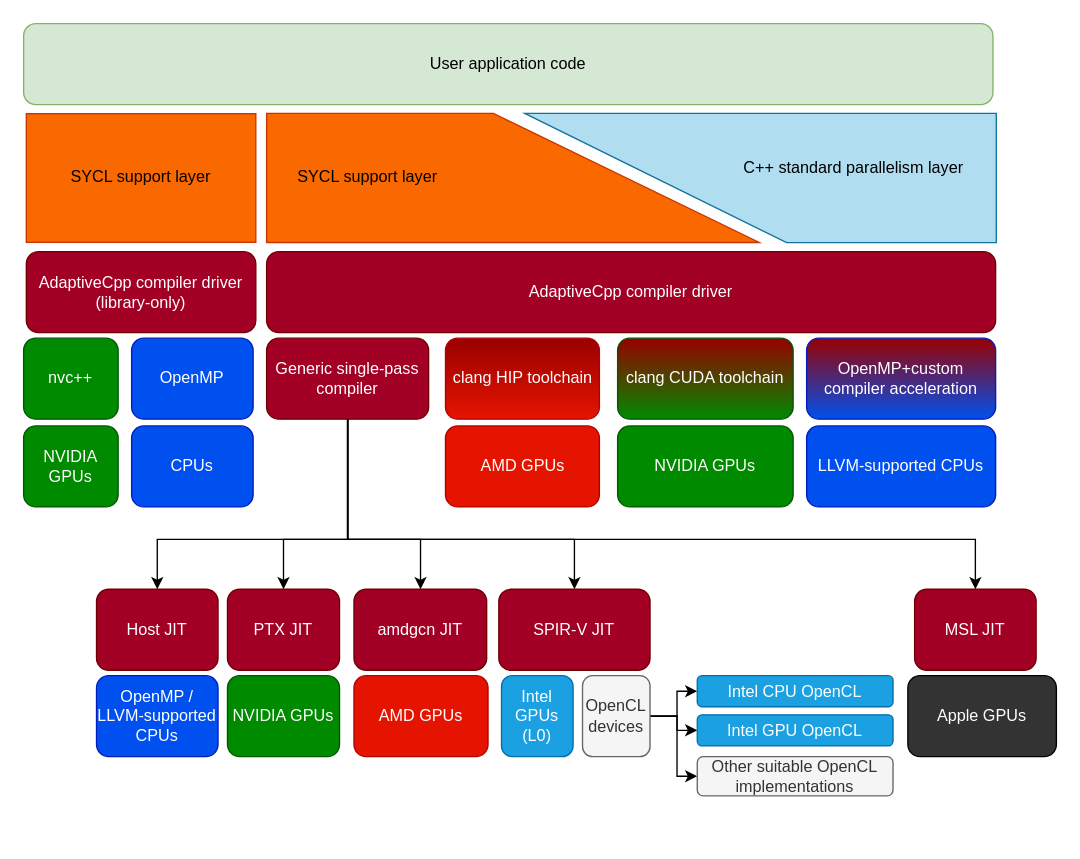
Above: doc/img/stack.drawio in AdaptiveCpp/AdaptiveCpp (draw.io), before the change. Source tidied: cells renumbered, new cells numbered last; positions are measured from the earlier drawing's top-left corner, leaving out a move shared by most shapes. Both pictures are drawn from the tidied source at 135%, with x=0, y=0 at pixel (23, -69).
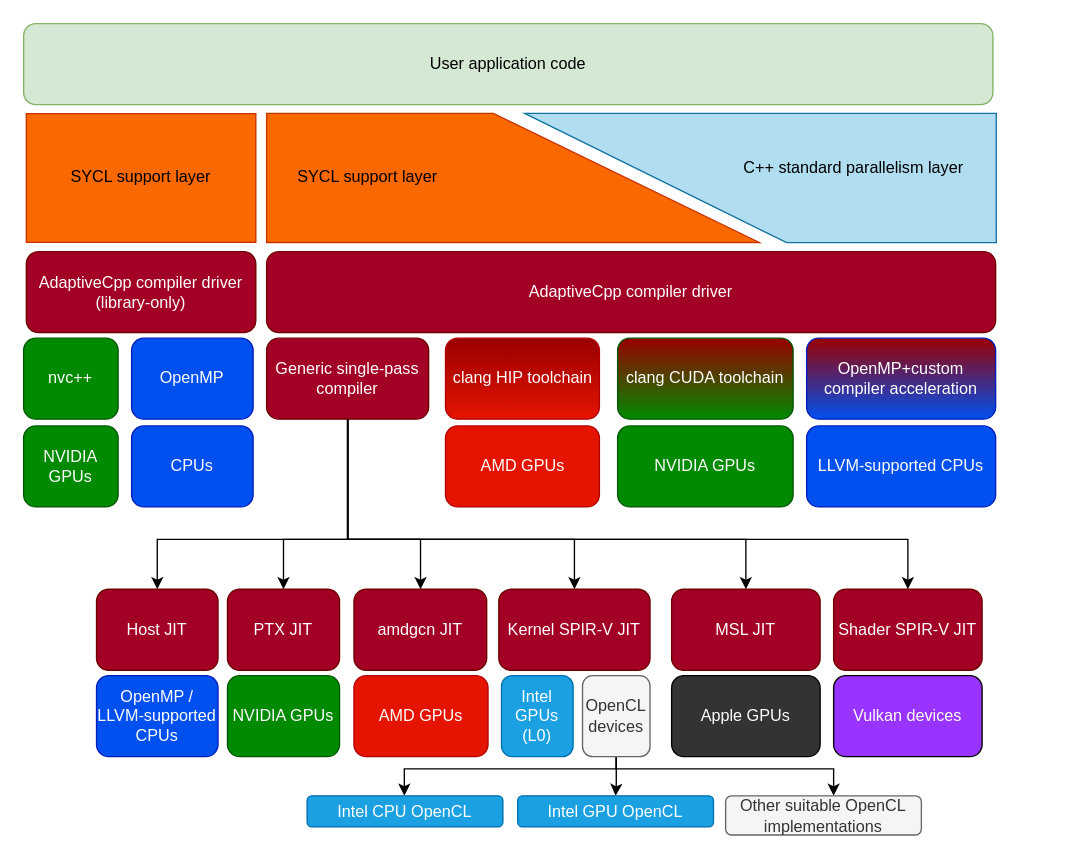
The same page after the edit.

Commit message (it also covers changes not shown here):
[NFC][doc] Update compilation diagram to show VK backend

The change refers to these unchanged cells:
```xml
<mxCell id="15" value="Generic single-pass compiler" style="rounded=1;whiteSpace=wrap;html=1;fillColor=#a20025;fontColor=#ffffff;strokeColor=#6F0000;" parent="1" vertex="1">
  <mxGeometry x="180" y="301" width="120" height="60" as="geometry" />
</mxCell>
<mxCell id="34" value="OpenCL devices" style="rounded=1;whiteSpace=wrap;html=1;fillColor=#f5f5f5;strokeColor=#666666;fontColor=#333333;" parent="1" vertex="1">
  <mxGeometry x="414" y="551" width="50" height="60" as="geometry" />
</mxCell>
```

Diff of the diagram source:
```diff
@@
-    <mxCell id="27" value="SPIR-V JIT" style="rounded=1;whiteSpace=wrap;html=1;fillColor=#a20025;fontColor=#ffffff;strokeColor=#6F0000;" parent="1" vertex="1">
+    <mxCell id="27" value="Kernel SPIR-V JIT" style="rounded=1;whiteSpace=wrap;html=1;fillColor=#a20025;fontColor=#ffffff;strokeColor=#6F0000;" parent="1" vertex="1">
       <mxGeometry x="352" y="487" width="112" height="60" as="geometry" />
     </mxCell>
@@
     <mxCell id="31" style="edgeStyle=orthogonalEdgeStyle;rounded=0;jettySize=auto;html=1;" parent="1" edge="1" source="34" target="35">
-      <mxGeometry relative="1" as="geometry" />
+      <mxGeometry relative="1" as="geometry">
+        <Array as="points">
+          <mxPoint x="439" y="620" />
+          <mxPoint x="282" y="620" />
+        </Array>
+      </mxGeometry>
     </mxCell>
@@
-    <mxCell id="33" style="edgeStyle=orthogonalEdgeStyle;rounded=0;jettySize=auto;html=1;entryX=0;entryY=0.5;entryDx=0;entryDy=0;" parent="1" edge="1" source="34" target="37">
-      <mxGeometry relative="1" as="geometry" />
+    <mxCell id="33" style="edgeStyle=orthogonalEdgeStyle;rounded=0;jettySize=auto;html=1;" parent="1" edge="1" source="34" target="37">
+      <mxGeometry relative="1" as="geometry">
+        <Array as="points">
+          <mxPoint x="439" y="620" />
+          <mxPoint x="600" y="620" />
+        </Array>
+      </mxGeometry>
     </mxCell>
@@
     <mxCell id="35" value="Intel CPU OpenCL" style="rounded=1;whiteSpace=wrap;html=1;fillColor=#1ba1e2;fontColor=#ffffff;strokeColor=#006EAF;" parent="1" vertex="1">
-      <mxGeometry x="499" y="551" width="145" height="23" as="geometry" />
+      <mxGeometry x="210" y="640" width="145" height="23" as="geometry" />
     </mxCell>
     <mxCell id="36" value="Intel GPU OpenCL" style="rounded=1;whiteSpace=wrap;html=1;fillColor=#1ba1e2;fontColor=#ffffff;strokeColor=#006EAF;" parent="1" vertex="1">
-      <mxGeometry x="499" y="580" width="145" height="23" as="geometry" />
+      <mxGeometry x="366" y="640" width="145" height="23" as="geometry" />
     </mxCell>
     <mxCell id="37" value="Other suitable OpenCL implementations" style="rounded=1;whiteSpace=wrap;html=1;fillColor=#f5f5f5;fontColor=#333333;strokeColor=#666666;" parent="1" vertex="1">
-      <mxGeometry x="499" y="611" width="145" height="29" as="geometry" />
+      <mxGeometry x="520" y="640" width="145" height="29" as="geometry" />
     </mxCell>
@@
     <mxCell id="40" value="MSL JIT" style="rounded=1;whiteSpace=wrap;html=1;fillColor=#a20025;fontColor=#ffffff;strokeColor=#6F0000;" parent="1" vertex="1">
-      <mxGeometry x="660" y="487" width="90" height="60" as="geometry" />
+      <mxGeometry x="480" y="487" width="110" height="60" as="geometry" />
     </mxCell>
     <mxCell id="41" value="Apple GPUs" style="rounded=1;whiteSpace=wrap;html=1;fillColor=#333333;fontColor=#ffffff;strokeColor=#000000;" parent="1" vertex="1">
-      <mxGeometry x="655" y="551" width="110" height="60" as="geometry" />
+      <mxGeometry x="480" y="551" width="110" height="60" as="geometry" />
     </mxCell>
     <mxCell id="42" style="edgeStyle=orthogonalEdgeStyle;rounded=0;jettySize=auto;html=1;entryX=0.5;entryY=0;entryDx=0;entryDy=0;" parent="1" edge="1" source="15" target="40">
       <mxGeometry relative="1" as="geometry">
         <Array as="points">
           <mxPoint x="240" y="450" />
-          <mxPoint x="705" y="450" />
         </Array>
       </mxGeometry>
     </mxCell>
+    <mxCell id="43" value="Shader SPIR-V JIT" style="rounded=1;whiteSpace=wrap;html=1;fillColor=#a20025;fontColor=#ffffff;strokeColor=#6F0000;" parent="1" vertex="1">
+      <mxGeometry x="600" y="487" width="110" height="60" as="geometry" />
+    </mxCell>
+    <mxCell id="44" value="Vulkan devices" style="rounded=1;whiteSpace=wrap;html=1;fillColor=#9933FF;fontColor=#ffffff;strokeColor=#000000;" parent="1" vertex="1">
+      <mxGeometry x="600" y="551" width="110" height="60" as="geometry" />
+    </mxCell>
+    <mxCell id="45" style="edgeStyle=orthogonalEdgeStyle;rounded=0;jettySize=auto;html=1;entryX=0.5;entryY=0;entryDx=0;entryDy=0;" parent="1" edge="1" source="15" target="43">
+      <mxGeometry relative="1" as="geometry">
+        <Array as="points">
+          <mxPoint x="240" y="450" />
+        </Array>
+      </mxGeometry>
+    </mxCell>
```
